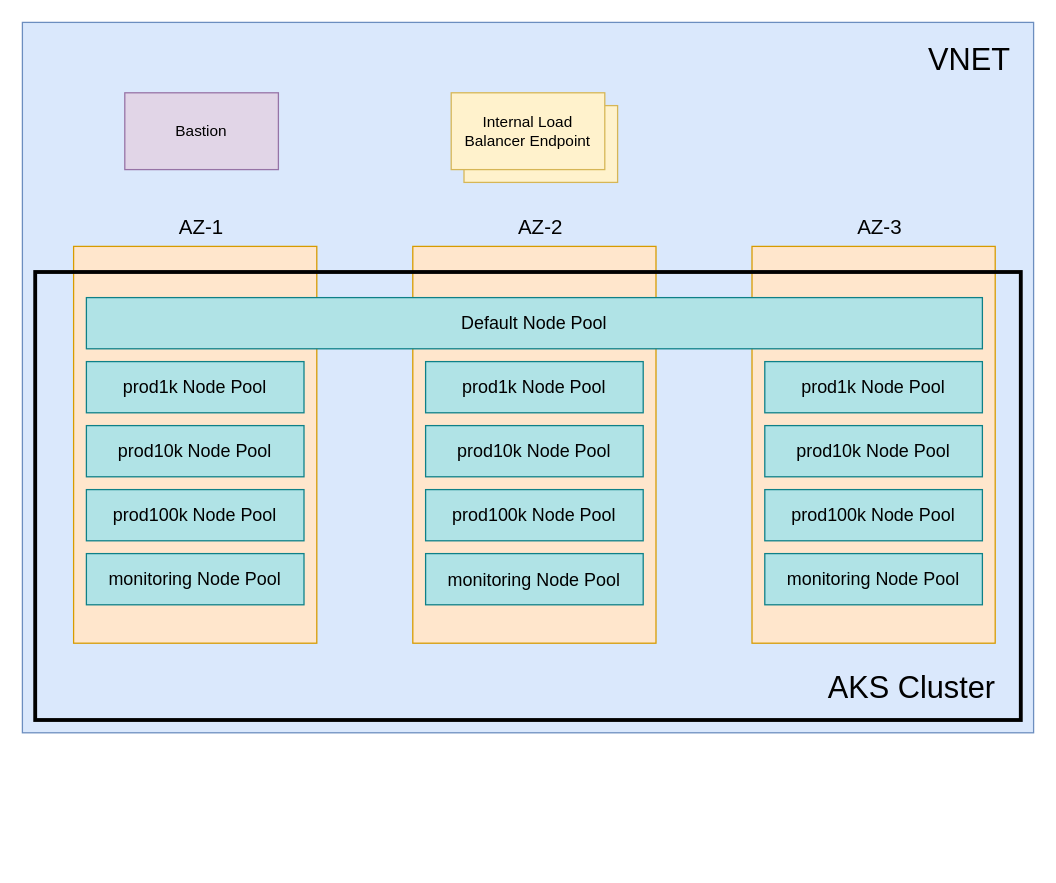
Before: aks/docs/architecture.drawio in SolaceLabs/customer-controlled-region-reference-architectures, a draw.io diagram. Source tidied: cells renumbered, new cells numbered last; positions are measured from the earlier drawing's top-left corner, leaving out a move shared by most shapes. Both pictures are drawn from the tidied source at 128%, with x=0, y=0 at pixel (22, 22).
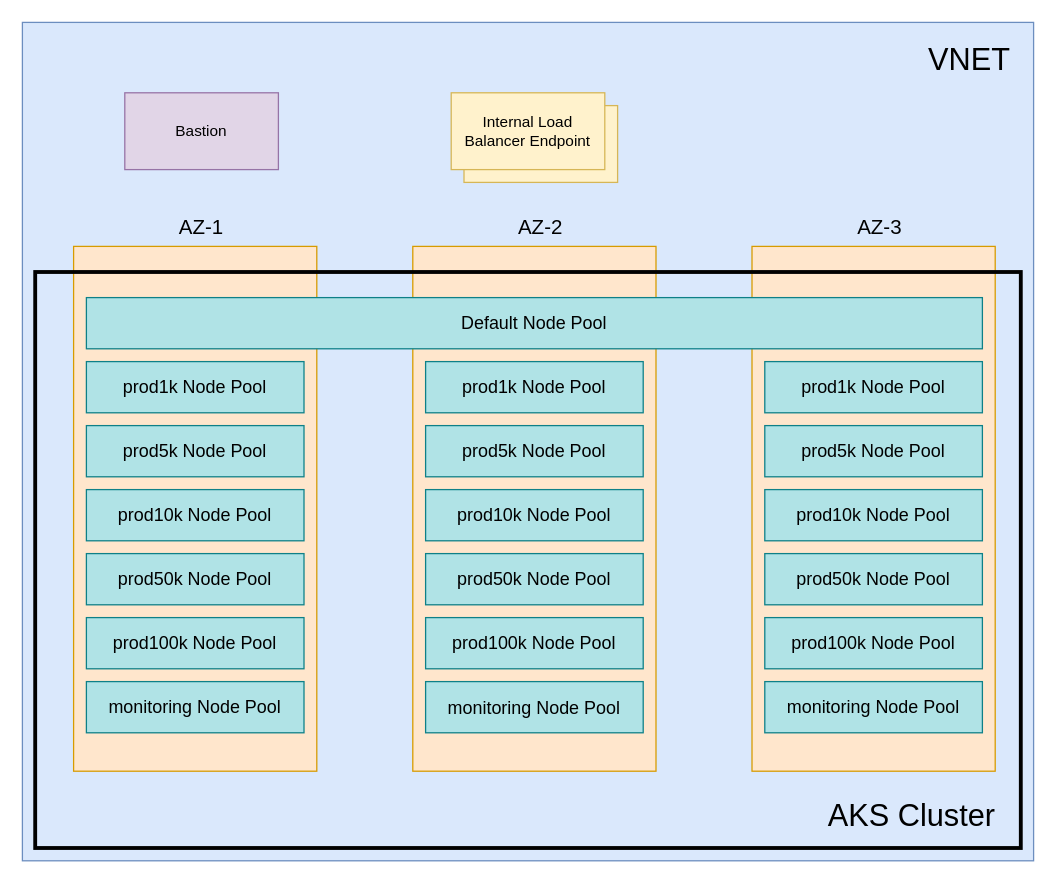
The same diagram, later.

Commit message (it also covers changes not shown here):
For AKS and EKS add 5k and 50k node groups and update instance types (#102)

The edit, as a diff of the source:
```diff
@@
     <mxCell id="2" style="rounded=0;whiteSpace=wrap;html=1;fillColor=#dae8fc;strokeColor=#6c8ebf;" parent="1" vertex="1">
-      <mxGeometry width="790" height="555" as="geometry" />
+      <mxGeometry width="790" height="655" as="geometry" />
     </mxCell>
@@
     <mxCell id="4" style="rounded=0;whiteSpace=wrap;html=1;fillColor=#ffe6cc;strokeColor=#d79b00;" parent="1" vertex="1">
-      <mxGeometry x="40" y="175" width="190" height="310" as="geometry" />
+      <mxGeometry x="40" y="175" width="190" height="410" as="geometry" />
     </mxCell>
@@
     <mxCell id="6" style="rounded=0;whiteSpace=wrap;html=1;fillColor=#ffe6cc;strokeColor=#d79b00;" parent="1" vertex="1">
-      <mxGeometry x="305" y="175" width="190" height="310" as="geometry" />
+      <mxGeometry x="305" y="175" width="190" height="410" as="geometry" />
     </mxCell>
@@
     <mxCell id="8" style="rounded=0;whiteSpace=wrap;html=1;fillColor=#ffe6cc;strokeColor=#d79b00;" parent="1" vertex="1">
-      <mxGeometry x="570" y="175" width="190" height="310" as="geometry" />
+      <mxGeometry x="570" y="175" width="190" height="410" as="geometry" />
     </mxCell>
@@
     <mxCell id="11" style="rounded=0;whiteSpace=wrap;html=1;fillColor=none;strokeWidth=3;" parent="1" vertex="1">
-      <mxGeometry x="10" y="195" width="770" height="350" as="geometry" />
+      <mxGeometry x="10" y="195" width="770" height="450" as="geometry" />
     </mxCell>
     <mxCell id="12" value="AKS Cluster" style="text;html=1;strokeColor=none;fillColor=none;align=center;verticalAlign=middle;whiteSpace=wrap;rounded=0;fontSize=24;" parent="1" vertex="1">
-      <mxGeometry x="620" y="505" width="150" height="30" as="geometry" />
+      <mxGeometry x="620" y="605" width="150" height="30" as="geometry" />
     </mxCell>
@@
-    <mxCell id="17" value="&lt;font style=&quot;font-size: 14px;&quot;&gt;prod10k Node Pool&lt;/font&gt;" style="rounded=0;whiteSpace=wrap;html=1;fillColor=#b0e3e6;strokeColor=#0e8088;" parent="1" vertex="1">
+    <mxCell id="17" value="&lt;font style=&quot;font-size: 14px;&quot;&gt;prod5k Node Pool&lt;/font&gt;" style="rounded=0;whiteSpace=wrap;html=1;fillColor=#b0e3e6;strokeColor=#0e8088;" parent="1" vertex="1">
       <mxGeometry x="50" y="315" width="170" height="40" as="geometry" />
     </mxCell>
-    <mxCell id="18" value="&lt;font style=&quot;font-size: 14px;&quot;&gt;prod10k Node Pool&lt;/font&gt;" style="rounded=0;whiteSpace=wrap;html=1;fillColor=#b0e3e6;strokeColor=#0e8088;" parent="1" vertex="1">
+    <mxCell id="18" value="&lt;font style=&quot;font-size: 14px;&quot;&gt;prod5k Node Pool&lt;/font&gt;" style="rounded=0;whiteSpace=wrap;html=1;fillColor=#b0e3e6;strokeColor=#0e8088;" parent="1" vertex="1">
       <mxGeometry x="315" y="315" width="170" height="40" as="geometry" />
     </mxCell>
-    <mxCell id="19" value="&lt;font style=&quot;font-size: 14px;&quot;&gt;prod10k Node Pool&lt;/font&gt;" style="rounded=0;whiteSpace=wrap;html=1;fillColor=#b0e3e6;strokeColor=#0e8088;" parent="1" vertex="1">
+    <mxCell id="19" value="&lt;font style=&quot;font-size: 14px;&quot;&gt;prod5k Node Pool&lt;/font&gt;" style="rounded=0;whiteSpace=wrap;html=1;fillColor=#b0e3e6;strokeColor=#0e8088;" parent="1" vertex="1">
       <mxGeometry x="580" y="315" width="170" height="40" as="geometry" />
     </mxCell>
     <mxCell id="20" value="&lt;font style=&quot;font-size: 14px;&quot;&gt;prod100k Node Pool&lt;/font&gt;" style="rounded=0;whiteSpace=wrap;html=1;fillColor=#b0e3e6;strokeColor=#0e8088;" parent="1" vertex="1">
-      <mxGeometry x="50" y="365" width="170" height="40" as="geometry" />
+      <mxGeometry x="50" y="465" width="170" height="40" as="geometry" />
     </mxCell>
     <mxCell id="21" value="&lt;font style=&quot;font-size: 14px;&quot;&gt;prod100k Node Pool&lt;/font&gt;" style="rounded=0;whiteSpace=wrap;html=1;fillColor=#b0e3e6;strokeColor=#0e8088;" parent="1" vertex="1">
-      <mxGeometry x="315" y="365" width="170" height="40" as="geometry" />
+      <mxGeometry x="315" y="465" width="170" height="40" as="geometry" />
     </mxCell>
     <mxCell id="22" value="&lt;font style=&quot;font-size: 14px;&quot;&gt;prod100k Node Pool&lt;/font&gt;" style="rounded=0;whiteSpace=wrap;html=1;fillColor=#b0e3e6;strokeColor=#0e8088;" parent="1" vertex="1">
-      <mxGeometry x="580" y="365" width="170" height="40" as="geometry" />
+      <mxGeometry x="580" y="465" width="170" height="40" as="geometry" />
     </mxCell>
     <mxCell id="23" value="&lt;font style=&quot;font-size: 14px;&quot;&gt;monitoring Node Pool&lt;/font&gt;" style="rounded=0;whiteSpace=wrap;html=1;fillColor=#b0e3e6;strokeColor=#0e8088;" parent="1" vertex="1">
-      <mxGeometry x="50" y="415" width="170" height="40" as="geometry" />
+      <mxGeometry x="50" y="515" width="170" height="40" as="geometry" />
     </mxCell>
     <mxCell id="24" value="&lt;div style=&quot;font-size: 15px;&quot;&gt;&lt;font style=&quot;font-size: 14px;&quot;&gt;monitoring Node Pool&lt;/font&gt;&lt;/div&gt;" style="rounded=0;whiteSpace=wrap;html=1;fillColor=#b0e3e6;strokeColor=#0e8088;" parent="1" vertex="1">
-      <mxGeometry x="315" y="415" width="170" height="40" as="geometry" />
+      <mxGeometry x="315" y="515" width="170" height="40" as="geometry" />
     </mxCell>
     <mxCell id="25" value="&lt;font style=&quot;font-size: 14px;&quot;&gt;monitoring Node Pool&lt;/font&gt;" style="rounded=0;whiteSpace=wrap;html=1;fillColor=#b0e3e6;strokeColor=#0e8088;" parent="1" vertex="1">
-      <mxGeometry x="580" y="415" width="170" height="40" as="geometry" />
+      <mxGeometry x="580" y="515" width="170" height="40" as="geometry" />
     </mxCell>
@@
+    <mxCell id="28" value="&lt;font style=&quot;font-size: 14px;&quot;&gt;prod10k Node Pool&lt;/font&gt;" style="rounded=0;whiteSpace=wrap;html=1;fillColor=#b0e3e6;strokeColor=#0e8088;" parent="1" vertex="1">
+      <mxGeometry x="50" y="365" width="170" height="40" as="geometry" />
+    </mxCell>
+    <mxCell id="29" value="&lt;font style=&quot;font-size: 14px;&quot;&gt;prod10k Node Pool&lt;/font&gt;" style="rounded=0;whiteSpace=wrap;html=1;fillColor=#b0e3e6;strokeColor=#0e8088;" parent="1" vertex="1">
+      <mxGeometry x="315" y="365" width="170" height="40" as="geometry" />
+    </mxCell>
+    <mxCell id="30" value="&lt;font style=&quot;font-size: 14px;&quot;&gt;prod10k Node Pool&lt;/font&gt;" style="rounded=0;whiteSpace=wrap;html=1;fillColor=#b0e3e6;strokeColor=#0e8088;" parent="1" vertex="1">
+      <mxGeometry x="580" y="365" width="170" height="40" as="geometry" />
+    </mxCell>
+    <mxCell id="31" value="&lt;font style=&quot;font-size: 14px;&quot;&gt;prod50k Node Pool&lt;/font&gt;" style="rounded=0;whiteSpace=wrap;html=1;fillColor=#b0e3e6;strokeColor=#0e8088;" parent="1" vertex="1">
+      <mxGeometry x="50" y="415" width="170" height="40" as="geometry" />
+    </mxCell>
+    <mxCell id="32" value="&lt;font style=&quot;font-size: 14px;&quot;&gt;prod50k Node Pool&lt;/font&gt;" style="rounded=0;whiteSpace=wrap;html=1;fillColor=#b0e3e6;strokeColor=#0e8088;" parent="1" vertex="1">
+      <mxGeometry x="315" y="415" width="170" height="40" as="geometry" />
+    </mxCell>
+    <mxCell id="33" value="&lt;font style=&quot;font-size: 14px;&quot;&gt;prod50k Node Pool&lt;/font&gt;" style="rounded=0;whiteSpace=wrap;html=1;fillColor=#b0e3e6;strokeColor=#0e8088;" parent="1" vertex="1">
+      <mxGeometry x="580" y="415" width="170" height="40" as="geometry" />
+    </mxCell>
```
